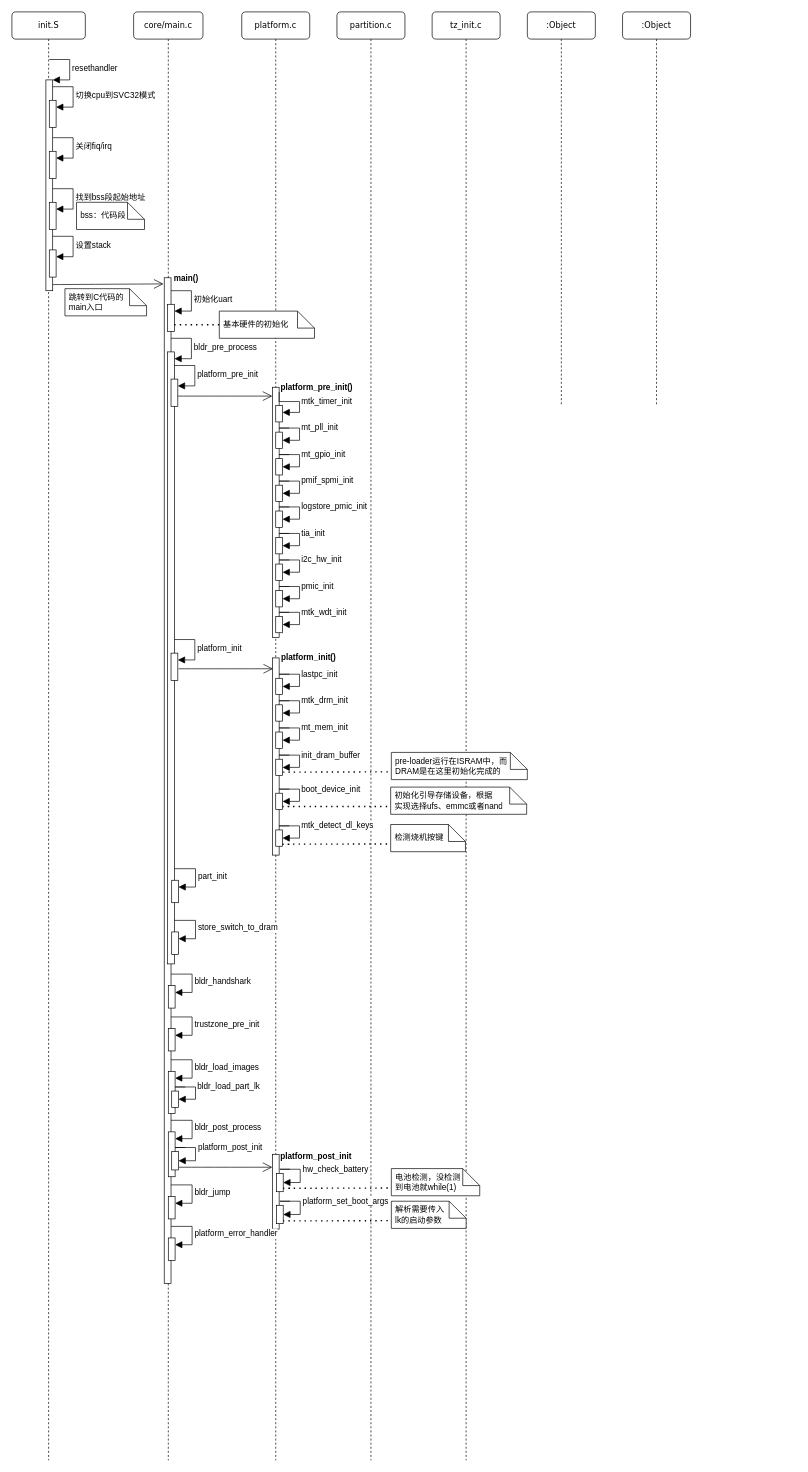
Earlier version of the draw.io diagram f2fs写流程.drawio (lz111676/Drawing-Bed). Source tidied: cells renumbered, new cells numbered last; positions are measured from the earlier drawing's top-left corner, leaving out a move shared by most shapes. Both pictures are drawn from the tidied source at 68%, with x=0, y=0 at pixel (12, 12).
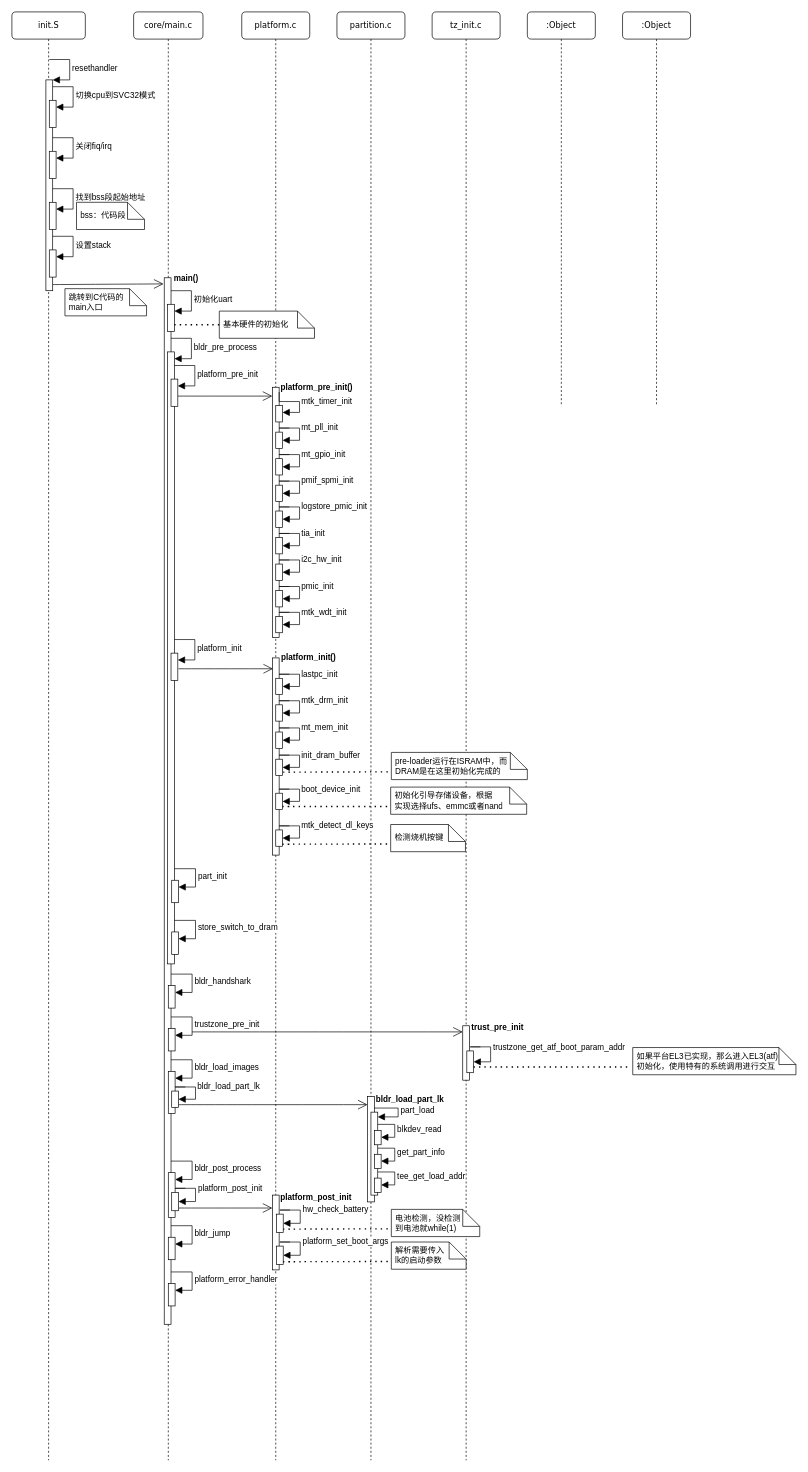
The same diagram, later.

Commit message (it also covers changes not shown here):
更新f2fs写流程.drawio

Unchanged cells that the change refers to:
```xml
<mxCell id="2" value="core/main.c" style="shape=umlLifeline;perimeter=lifelinePerimeter;whiteSpace=wrap;html=1;rounded=1;shadow=0;comic=0;labelBackgroundColor=none;strokeWidth=1;fontFamily=Verdana;fontSize=12;align=center;" parent="1" vertex="1">
  <mxGeometry x="179" width="102" height="2130" as="geometry" />
</mxCell>
<mxCell id="16" value="platform.c" style="shape=umlLifeline;perimeter=lifelinePerimeter;whiteSpace=wrap;html=1;rounded=1;shadow=0;comic=0;labelBackgroundColor=none;strokeWidth=1;fontFamily=Verdana;fontSize=12;align=center;" parent="1" vertex="1">
  <mxGeometry x="338" width="100" height="2130" as="geometry" />
</mxCell>
<mxCell id="21" value="partition.c" style="shape=umlLifeline;perimeter=lifelinePerimeter;whiteSpace=wrap;html=1;rounded=1;shadow=0;comic=0;labelBackgroundColor=none;strokeWidth=1;fontFamily=Verdana;fontSize=12;align=center;" parent="1" vertex="1">
  <mxGeometry x="478" width="100" height="2130" as="geometry" />
</mxCell>
<mxCell id="22" value="tz_init.c" style="shape=umlLifeline;perimeter=lifelinePerimeter;whiteSpace=wrap;html=1;rounded=1;shadow=0;comic=0;labelBackgroundColor=none;strokeWidth=1;fontFamily=Verdana;fontSize=12;align=center;" parent="1" vertex="1">
  <mxGeometry x="618" width="100" height="2130" as="geometry" />
</mxCell>
<mxCell id="111" value="解析需要传入&lt;div&gt;lk的启动参数&lt;/div&gt;" style="text;html=1;strokeColor=none;fillColor=none;align=left;verticalAlign=middle;spacingLeft=4;spacingRight=4;overflow=hidden;points=[[0,0.5],[1,0.5]];portConstraint=eastwest;whiteSpace=wrap;" parent="110" vertex="1">
  <mxGeometry width="110" height="40" as="geometry" />
</mxCell>
<mxCell id="114" value="电池检测，没检测&lt;div&gt;到电池就while(1)&lt;/div&gt;" style="text;html=1;strokeColor=none;fillColor=none;align=left;verticalAlign=middle;spacingLeft=4;spacingRight=4;overflow=hidden;points=[[0,0.5],[1,0.5]];portConstraint=eastwest;whiteSpace=wrap;" parent="113" vertex="1">
  <mxGeometry width="130" height="40" as="geometry" />
</mxCell>
```

What changed in the source:
```diff
@@
     <mxCell id="3" style="html=1;perimeter=orthogonalPerimeter;rounded=0;shadow=0;comic=0;labelBackgroundColor=none;strokeWidth=1;fontFamily=Verdana;fontSize=12;align=center;" parent="2" vertex="1">
-      <mxGeometry x="45" y="391" width="10" height="1479" as="geometry" />
+      <mxGeometry x="45" y="391" width="10" height="1539" as="geometry" />
     </mxCell>
@@
     <mxCell id="15" style="endArrow=open;endFill=1;endSize=12;html=1;rounded=0;fontSize=12;curved=1;" parent="2" edge="1" target="20">
       <mxGeometry relative="1" as="geometry">
-        <mxPoint x="66" y="1699" as="sourcePoint" />
+        <mxPoint x="66" y="1759" as="sourcePoint" />
       </mxGeometry>
     </mxCell>
+    <mxCell id="115" style="endArrow=open;endFill=1;endSize=12;html=1;rounded=0;fontSize=12;curved=1;" parent="2" edge="1" target="118">
+      <mxGeometry relative="1" as="geometry">
+        <mxPoint x="86" y="1500" as="sourcePoint" />
+      </mxGeometry>
+    </mxCell>
+    <mxCell id="116" style="endArrow=open;endFill=1;endSize=12;html=1;rounded=0;fontSize=12;curved=1;" parent="2" edge="1" target="117">
+      <mxGeometry relative="1" as="geometry">
+        <mxPoint x="66" y="1607" as="sourcePoint" />
+      </mxGeometry>
+    </mxCell>
@@
     <mxCell id="20" style="html=1;points=[[0,0,0,0,5],[0,1,0,0,-5],[1,0,0,0,5],[1,1,0,0,-5]];perimeter=orthogonalPerimeter;outlineConnect=0;targetShapes=umlLifeline;portConstraint=eastwest;newEdgeStyle={&quot;curved&quot;:0,&quot;rounded&quot;:0};" parent="16" vertex="1">
-      <mxGeometry x="45" y="1680" width="10" height="110" as="geometry" />
+      <mxGeometry x="45" y="1740" width="10" height="110" as="geometry" />
     </mxCell>
@@
+    <mxCell id="117" style="html=1;points=[[0,0,0,0,5],[0,1,0,0,-5],[1,0,0,0,5],[1,1,0,0,-5]];perimeter=orthogonalPerimeter;outlineConnect=0;targetShapes=umlLifeline;portConstraint=eastwest;newEdgeStyle={&quot;curved&quot;:0,&quot;rounded&quot;:0};" parent="21" vertex="1">
+      <mxGeometry x="45" y="1595" width="10" height="155" as="geometry" />
+    </mxCell>
@@
+    <mxCell id="118" style="html=1;points=[[0,0,0,0,5],[0,1,0,0,-5],[1,0,0,0,5],[1,1,0,0,-5]];perimeter=orthogonalPerimeter;outlineConnect=0;targetShapes=umlLifeline;portConstraint=eastwest;newEdgeStyle={&quot;curved&quot;:0,&quot;rounded&quot;:0};" parent="22" vertex="1">
+      <mxGeometry x="45" y="1491" width="10" height="80" as="geometry" />
+    </mxCell>
@@
     <mxCell id="94" style="html=1;points=[[0,0,0,0,5],[0,1,0,0,-5],[1,0,0,0,5],[1,1,0,0,-5]];perimeter=orthogonalPerimeter;outlineConnect=0;targetShapes=umlLifeline;portConstraint=eastwest;newEdgeStyle={&quot;curved&quot;:0,&quot;rounded&quot;:0};" parent="1" vertex="1">
-      <mxGeometry x="230" y="1647" width="10" height="66" as="geometry" />
+      <mxGeometry x="230" y="1707" width="10" height="66" as="geometry" />
     </mxCell>
     <mxCell id="95" value="bldr_post_process" style="html=1;align=left;spacingLeft=2;endArrow=block;rounded=0;edgeStyle=orthogonalEdgeStyle;curved=0;rounded=0;fontSize=12;startSize=8;endSize=8;" parent="1" edge="1" target="94">
       <mxGeometry relative="1" as="geometry">
-        <mxPoint x="234" y="1630" as="sourcePoint" />
+        <mxPoint x="234" y="1690" as="sourcePoint" />
         <Array as="points">
-          <mxPoint x="265" y="1657" />
+          <mxPoint x="265" y="1717" />
         </Array>
       </mxGeometry>
     </mxCell>
     <mxCell id="96" style="html=1;points=[[0,0,0,0,5],[0,1,0,0,-5],[1,0,0,0,5],[1,1,0,0,-5]];perimeter=orthogonalPerimeter;outlineConnect=0;targetShapes=umlLifeline;portConstraint=eastwest;newEdgeStyle={&quot;curved&quot;:0,&quot;rounded&quot;:0};" parent="1" vertex="1">
-      <mxGeometry x="230" y="1742" width="10" height="33" as="geometry" />
+      <mxGeometry x="230" y="1802" width="10" height="33" as="geometry" />
     </mxCell>
     <mxCell id="97" value="bldr_jump" style="html=1;align=left;spacingLeft=2;endArrow=block;rounded=0;edgeStyle=orthogonalEdgeStyle;curved=0;rounded=0;fontSize=12;startSize=8;endSize=8;" parent="1" edge="1" target="96">
       <mxGeometry relative="1" as="geometry">
-        <mxPoint x="234" y="1725" as="sourcePoint" />
+        <mxPoint x="234" y="1785" as="sourcePoint" />
         <Array as="points">
-          <mxPoint x="265" y="1752" />
+          <mxPoint x="265" y="1812" />
         </Array>
       </mxGeometry>
     </mxCell>
     <mxCell id="98" style="html=1;points=[[0,0,0,0,5],[0,1,0,0,-5],[1,0,0,0,5],[1,1,0,0,-5]];perimeter=orthogonalPerimeter;outlineConnect=0;targetShapes=umlLifeline;portConstraint=eastwest;newEdgeStyle={&quot;curved&quot;:0,&quot;rounded&quot;:0};" parent="1" vertex="1">
-      <mxGeometry x="230" y="1803" width="10" height="33" as="geometry" />
+      <mxGeometry x="230" y="1870" width="10" height="33" as="geometry" />
     </mxCell>
     <mxCell id="99" value="platform_error_handler" style="html=1;align=left;spacingLeft=2;endArrow=block;rounded=0;edgeStyle=orthogonalEdgeStyle;curved=0;rounded=0;fontSize=12;startSize=8;endSize=8;" parent="1" edge="1" target="98">
       <mxGeometry relative="1" as="geometry">
-        <mxPoint x="234" y="1786" as="sourcePoint" />
+        <mxPoint x="234" y="1853" as="sourcePoint" />
         <Array as="points">
-          <mxPoint x="265" y="1813" />
+          <mxPoint x="265" y="1880" />
         </Array>
       </mxGeometry>
     </mxCell>
@@
     <mxCell id="102" style="html=1;points=[[0,0,0,0,5],[0,1,0,0,-5],[1,0,0,0,5],[1,1,0,0,-5]];perimeter=orthogonalPerimeter;outlineConnect=0;targetShapes=umlLifeline;portConstraint=eastwest;newEdgeStyle={&quot;curved&quot;:0,&quot;rounded&quot;:0};" parent="1" vertex="1">
-      <mxGeometry x="235" y="1676" width="10" height="27" as="geometry" />
+      <mxGeometry x="235" y="1736" width="10" height="27" as="geometry" />
     </mxCell>
     <mxCell id="103" value="platform_post_init" style="html=1;align=left;spacingLeft=2;endArrow=block;rounded=0;edgeStyle=orthogonalEdgeStyle;curved=0;rounded=0;fontSize=12;startSize=8;endSize=8;" parent="1" edge="1" target="102">
       <mxGeometry relative="1" as="geometry">
-        <mxPoint x="255" y="1670" as="sourcePoint" />
+        <mxPoint x="255" y="1730" as="sourcePoint" />
         <Array as="points">
-          <mxPoint x="240" y="1670" />
-          <mxPoint x="270" y="1670" />
-          <mxPoint x="270" y="1686" />
+          <mxPoint x="240" y="1730" />
+          <mxPoint x="270" y="1730" />
+          <mxPoint x="270" y="1746" />
         </Array>
       </mxGeometry>
     </mxCell>
     <mxCell id="104" value="platform_post_init" style="text;align=center;fontStyle=1;verticalAlign=middle;spacingLeft=3;spacingRight=3;strokeColor=none;html=1;" parent="1" vertex="1">
-      <mxGeometry x="407" y="1671" width="80" height="26" as="geometry" />
+      <mxGeometry x="407" y="1731" width="80" height="26" as="geometry" />
     </mxCell>
     <mxCell id="105" style="html=1;points=[[0,0,0,0,5],[0,1,0,0,-5],[1,0,0,0,5],[1,1,0,0,-5]];perimeter=orthogonalPerimeter;outlineConnect=0;targetShapes=umlLifeline;portConstraint=eastwest;newEdgeStyle={&quot;curved&quot;:0,&quot;rounded&quot;:0};" parent="1" vertex="1">
-      <mxGeometry x="389" y="1708" width="10" height="27" as="geometry" />
+      <mxGeometry x="389" y="1768" width="10" height="27" as="geometry" />
     </mxCell>
     <mxCell id="106" value="hw_check_battery" style="html=1;align=left;spacingLeft=2;endArrow=block;rounded=0;edgeStyle=orthogonalEdgeStyle;curved=0;rounded=0;fontSize=12;startSize=8;endSize=8;" parent="1" edge="1" target="105">
       <mxGeometry relative="1" as="geometry">
-        <mxPoint x="409" y="1702" as="sourcePoint" />
+        <mxPoint x="409" y="1762" as="sourcePoint" />
         <Array as="points">
-          <mxPoint x="394" y="1702" />
-          <mxPoint x="424" y="1702" />
-          <mxPoint x="424" y="1718" />
+          <mxPoint x="394" y="1762" />
+          <mxPoint x="424" y="1762" />
+          <mxPoint x="424" y="1778" />
         </Array>
       </mxGeometry>
     </mxCell>
     <mxCell id="107" style="html=1;points=[[0,0,0,0,5],[0,1,0,0,-5],[1,0,0,0,5],[1,1,0,0,-5]];perimeter=orthogonalPerimeter;outlineConnect=0;targetShapes=umlLifeline;portConstraint=eastwest;newEdgeStyle={&quot;curved&quot;:0,&quot;rounded&quot;:0};" parent="1" vertex="1">
-      <mxGeometry x="389" y="1755" width="10" height="27" as="geometry" />
+      <mxGeometry x="389" y="1815" width="10" height="27" as="geometry" />
     </mxCell>
     <mxCell id="108" value="platform_set_boot_args" style="html=1;align=left;spacingLeft=2;endArrow=block;rounded=0;edgeStyle=orthogonalEdgeStyle;curved=0;rounded=0;fontSize=12;startSize=8;endSize=8;" parent="1" edge="1" target="107">
       <mxGeometry relative="1" as="geometry">
-        <mxPoint x="409" y="1749" as="sourcePoint" />
+        <mxPoint x="409" y="1809" as="sourcePoint" />
         <Array as="points">
-          <mxPoint x="394" y="1749" />
-          <mxPoint x="424" y="1749" />
-          <mxPoint x="424" y="1765" />
+          <mxPoint x="394" y="1809" />
+          <mxPoint x="424" y="1809" />
+          <mxPoint x="424" y="1825" />
         </Array>
       </mxGeometry>
     </mxCell>
     <mxCell id="109" style="endArrow=none;dashed=1;html=1;dashPattern=1 3;strokeWidth=2;rounded=0;fontSize=12;startSize=8;endSize=8;curved=1;entryX=-0.013;entryY=0.715;entryDx=0;entryDy=0;entryPerimeter=0;" parent="1" edge="1" target="111">
       <mxGeometry relative="1" as="geometry">
-        <mxPoint x="399" y="1778" as="sourcePoint" />
+        <mxPoint x="399" y="1838" as="sourcePoint" />
       </mxGeometry>
     </mxCell>
     <mxCell id="110" style="shape=note2;size=25;html=1;" parent="1" vertex="1">
-      <mxGeometry x="558" y="1749" width="110" height="40" as="geometry" />
+      <mxGeometry x="558" y="1809" width="110" height="40" as="geometry" />
     </mxCell>
@@
     <mxCell id="112" style="endArrow=none;dashed=1;html=1;dashPattern=1 3;strokeWidth=2;rounded=0;fontSize=12;startSize=8;endSize=8;curved=1;entryX=-0.013;entryY=0.715;entryDx=0;entryDy=0;entryPerimeter=0;" parent="1" edge="1" target="114">
       <mxGeometry relative="1" as="geometry">
-        <mxPoint x="399" y="1730" as="sourcePoint" />
+        <mxPoint x="399" y="1790" as="sourcePoint" />
       </mxGeometry>
     </mxCell>
     <mxCell id="113" style="shape=note2;size=25;html=1;" parent="1" vertex="1">
-      <mxGeometry x="558" y="1701" width="130" height="40" as="geometry" />
+      <mxGeometry x="558" y="1761" width="130" height="40" as="geometry" />
     </mxCell>
@@
+    <mxCell id="119" value="trust_pre_init" style="text;align=center;fontStyle=1;verticalAlign=middle;spacingLeft=3;spacingRight=3;strokeColor=none;html=1;" parent="1" vertex="1">
+      <mxGeometry x="674" y="1481" width="80" height="26" as="geometry" />
+    </mxCell>
+    <mxCell id="120" style="html=1;points=[[0,0,0,0,5],[0,1,0,0,-5],[1,0,0,0,5],[1,1,0,0,-5]];perimeter=orthogonalPerimeter;outlineConnect=0;targetShapes=umlLifeline;portConstraint=eastwest;newEdgeStyle={&quot;curved&quot;:0,&quot;rounded&quot;:0};" parent="1" vertex="1">
+      <mxGeometry x="669" y="1528" width="10" height="32" as="geometry" />
+    </mxCell>
+    <mxCell id="121" value="trustzone_get_atf_boot_param_addr" style="html=1;align=left;spacingLeft=2;endArrow=block;rounded=0;edgeStyle=orthogonalEdgeStyle;curved=0;rounded=0;fontSize=12;startSize=8;endSize=8;" parent="1" edge="1" target="120">
+      <mxGeometry relative="1" as="geometry">
+        <mxPoint x="689" y="1522" as="sourcePoint" />
+        <Array as="points">
+          <mxPoint x="674" y="1522" />
+          <mxPoint x="704" y="1522" />
+          <mxPoint x="704" y="1538" />
+        </Array>
+      </mxGeometry>
+    </mxCell>
+    <mxCell id="122" style="shape=note2;size=25;html=1;" parent="1" vertex="1">
+      <mxGeometry x="913" y="1523" width="240" height="40" as="geometry" />
+    </mxCell>
+    <mxCell id="123" value="如果平台EL3已实现，那么进入EL3(atf)&lt;div&gt;初始化，使用特有的系统调用进行交互&lt;/div&gt;" style="text;html=1;strokeColor=none;fillColor=none;align=left;verticalAlign=middle;spacingLeft=4;spacingRight=4;overflow=hidden;points=[[0,0.5],[1,0.5]];portConstraint=eastwest;whiteSpace=wrap;" parent="122" vertex="1">
+      <mxGeometry width="240" height="40" as="geometry" />
+    </mxCell>
+    <mxCell id="124" style="endArrow=none;dashed=1;html=1;dashPattern=1 3;strokeWidth=2;rounded=0;fontSize=12;startSize=8;endSize=8;curved=1;entryX=-0.013;entryY=0.715;entryDx=0;entryDy=0;entryPerimeter=0;" parent="1" edge="1" source="120" target="123">
+      <mxGeometry relative="1" as="geometry" />
+    </mxCell>
+    <mxCell id="125" style="html=1;points=[[0,0,0,0,5],[0,1,0,0,-5],[1,0,0,0,5],[1,1,0,0,-5]];perimeter=orthogonalPerimeter;outlineConnect=0;targetShapes=umlLifeline;portConstraint=eastwest;newEdgeStyle={&quot;curved&quot;:0,&quot;rounded&quot;:0};" parent="1" vertex="1">
+      <mxGeometry x="528" y="1618" width="10" height="122" as="geometry" />
+    </mxCell>
+    <mxCell id="126" value="part_load" style="html=1;align=left;spacingLeft=2;endArrow=block;rounded=0;edgeStyle=orthogonalEdgeStyle;curved=0;rounded=0;fontSize=12;startSize=8;endSize=8;" parent="1" edge="1" source="117" target="125">
+      <mxGeometry relative="1" as="geometry">
+        <Array as="points">
+          <mxPoint x="568" y="1612" />
+          <mxPoint x="568" y="1625" />
+        </Array>
+      </mxGeometry>
+    </mxCell>
+    <mxCell id="127" style="html=1;points=[[0,0,0,0,5],[0,1,0,0,-5],[1,0,0,0,5],[1,1,0,0,-5]];perimeter=orthogonalPerimeter;outlineConnect=0;targetShapes=umlLifeline;portConstraint=eastwest;newEdgeStyle={&quot;curved&quot;:0,&quot;rounded&quot;:0};" parent="1" vertex="1">
+      <mxGeometry x="533" y="1645" width="10" height="21" as="geometry" />
+    </mxCell>
+    <mxCell id="128" value="blkdev_read" style="html=1;align=left;spacingLeft=2;endArrow=block;rounded=0;edgeStyle=orthogonalEdgeStyle;curved=0;rounded=0;fontSize=12;startSize=8;endSize=8;" parent="1" edge="1" target="127">
+      <mxGeometry relative="1" as="geometry">
+        <mxPoint x="538" y="1636" as="sourcePoint" />
+        <Array as="points">
+          <mxPoint x="563" y="1636" />
+          <mxPoint x="563" y="1655" />
+        </Array>
+      </mxGeometry>
+    </mxCell>
+    <mxCell id="129" style="html=1;points=[[0,0,0,0,5],[0,1,0,0,-5],[1,0,0,0,5],[1,1,0,0,-5]];perimeter=orthogonalPerimeter;outlineConnect=0;targetShapes=umlLifeline;portConstraint=eastwest;newEdgeStyle={&quot;curved&quot;:0,&quot;rounded&quot;:0};" parent="1" vertex="1">
+      <mxGeometry x="533" y="1680" width="10" height="21" as="geometry" />
+    </mxCell>
+    <mxCell id="130" value="get_part_info" style="html=1;align=left;spacingLeft=2;endArrow=block;rounded=0;edgeStyle=orthogonalEdgeStyle;curved=0;rounded=0;fontSize=12;startSize=8;endSize=8;" parent="1" edge="1" target="129">
+      <mxGeometry x="-0.01" relative="1" as="geometry">
+        <mxPoint x="538" y="1671" as="sourcePoint" />
+        <Array as="points">
+          <mxPoint x="563" y="1671" />
+          <mxPoint x="563" y="1690" />
+        </Array>
+      </mxGeometry>
+    </mxCell>
+    <mxCell id="131" style="html=1;points=[[0,0,0,0,5],[0,1,0,0,-5],[1,0,0,0,5],[1,1,0,0,-5]];perimeter=orthogonalPerimeter;outlineConnect=0;targetShapes=umlLifeline;portConstraint=eastwest;newEdgeStyle={&quot;curved&quot;:0,&quot;rounded&quot;:0};" parent="1" vertex="1">
+      <mxGeometry x="533" y="1715" width="10" height="21" as="geometry" />
+    </mxCell>
+    <mxCell id="132" value="tee_get_load_addr" style="html=1;align=left;spacingLeft=2;endArrow=block;rounded=0;edgeStyle=orthogonalEdgeStyle;curved=0;rounded=0;fontSize=12;startSize=8;endSize=8;" parent="1" edge="1" target="131">
+      <mxGeometry x="-0.01" relative="1" as="geometry">
+        <mxPoint x="538" y="1706" as="sourcePoint" />
+        <Array as="points">
+          <mxPoint x="563" y="1706" />
+          <mxPoint x="563" y="1725" />
+        </Array>
+      </mxGeometry>
+    </mxCell>
+    <mxCell id="133" value="bldr_load_part_lk" style="text;align=center;fontStyle=1;verticalAlign=middle;spacingLeft=3;spacingRight=3;strokeColor=none;html=1;" parent="1" vertex="1">
+      <mxGeometry x="545" y="1587" width="80" height="26" as="geometry" />
+    </mxCell>
```
